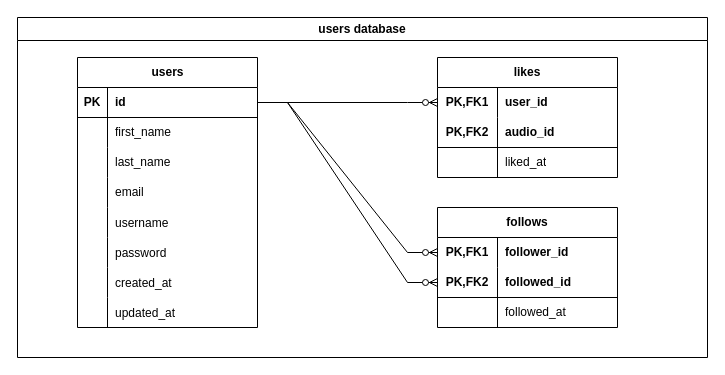
WardZid/AudioWave keeps this draw.io diagram as Diagrams/user-database-diagram.drawio. Above is the earlier version. Source tidied: cells renumbered, new cells numbered last; positions are measured from the earlier drawing's top-left corner, leaving out a move shared by most shapes. Both pictures are drawn from the tidied source at 100%, with x=0, y=0 at pixel (17, 17).
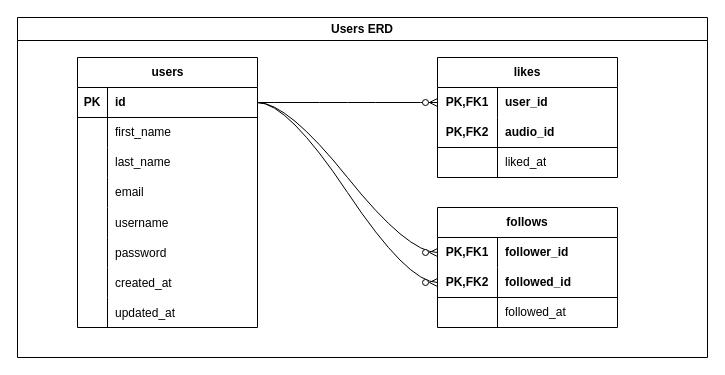
Above is the later version.

Unchanged cells that the change refers to:
```xml
<mxCell id="4" style="shape=tableRow;horizontal=0;startSize=0;swimlaneHead=0;swimlaneBody=0;fillColor=none;points=[[0,0.5],[1,0.5]];portConstraint=eastwest;top=0;left=0;right=0;bottom=1;" parent="3" vertex="1">
  <mxGeometry y="30" width="180" height="30" as="geometry" />
</mxCell>
<mxCell id="29" style="shape=tableRow;horizontal=0;startSize=0;swimlaneHead=0;swimlaneBody=0;fillColor=none;points=[[0,0.5],[1,0.5]];portConstraint=eastwest;top=0;left=0;right=0;bottom=0;html=1;" parent="28" vertex="1">
  <mxGeometry y="30" width="180" height="30" as="geometry" />
</mxCell>
<mxCell id="40" style="shape=tableRow;horizontal=0;startSize=0;swimlaneHead=0;swimlaneBody=0;fillColor=none;points=[[0,0.5],[1,0.5]];portConstraint=eastwest;top=0;left=0;right=0;bottom=0;html=1;" parent="39" vertex="1">
  <mxGeometry y="30" width="180" height="30" as="geometry" />
</mxCell>
<mxCell id="43" style="shape=tableRow;horizontal=0;startSize=0;swimlaneHead=0;swimlaneBody=0;fillColor=none;points=[[0,0.5],[1,0.5]];portConstraint=eastwest;top=0;left=0;right=0;bottom=1;html=1;" parent="39" vertex="1">
  <mxGeometry y="60" width="180" height="30" as="geometry" />
</mxCell>
```

The edit, as a diff of the source:
```diff
@@
-    <mxCell id="2" value="users database" style="swimlane;whiteSpace=wrap;html=1;" parent="1" vertex="1">
+    <mxCell id="2" value="Users ERD" style="swimlane;whiteSpace=wrap;html=1;" parent="1" vertex="1">
       <mxGeometry width="690" height="340" as="geometry" />
     </mxCell>
@@
-    <mxCell id="38" style="edgeStyle=entityRelationEdgeStyle;fontSize=12;html=1;endArrow=ERzeroToMany;endFill=1;rounded=0;" parent="2" edge="1" source="4" target="29">
+    <mxCell id="38" style="edgeStyle=entityRelationEdgeStyle;fontSize=12;html=1;endArrow=ERzeroToMany;endFill=1;rounded=0;curved=1;" parent="2" edge="1" source="4" target="29">
       <mxGeometry relative="1" as="geometry" />
     </mxCell>
@@
-    <mxCell id="49" style="edgeStyle=entityRelationEdgeStyle;fontSize=12;html=1;endArrow=ERzeroToMany;endFill=1;rounded=0;entryX=0;entryY=0.5;entryDx=0;entryDy=0;" parent="2" edge="1" source="4" target="40">
+    <mxCell id="49" style="edgeStyle=entityRelationEdgeStyle;fontSize=12;html=1;endArrow=ERzeroToMany;endFill=1;rounded=0;entryX=0;entryY=0.5;entryDx=0;entryDy=0;curved=1;" parent="2" edge="1" source="4" target="40">
       <mxGeometry relative="1" as="geometry" />
     </mxCell>
-    <mxCell id="50" style="edgeStyle=entityRelationEdgeStyle;fontSize=12;html=1;endArrow=ERzeroToMany;endFill=1;rounded=0;" parent="2" edge="1" source="4" target="43">
+    <mxCell id="50" style="edgeStyle=entityRelationEdgeStyle;fontSize=12;html=1;endArrow=ERzeroToMany;endFill=1;rounded=0;curved=1;" parent="2" edge="1" source="4" target="43">
       <mxGeometry relative="1" as="geometry" />
     </mxCell>
```
